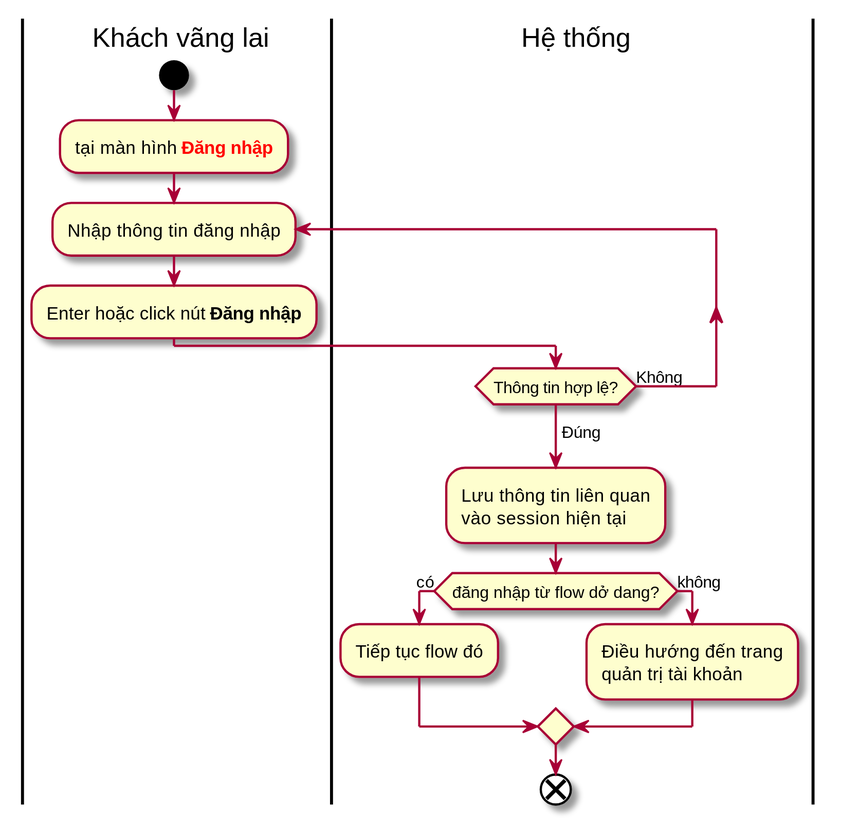
Before: Documents/working/Giap/usecases_and_flow_charts/log_in.svg, a diagram exported from PlantUML (tungdduy/funixCP).
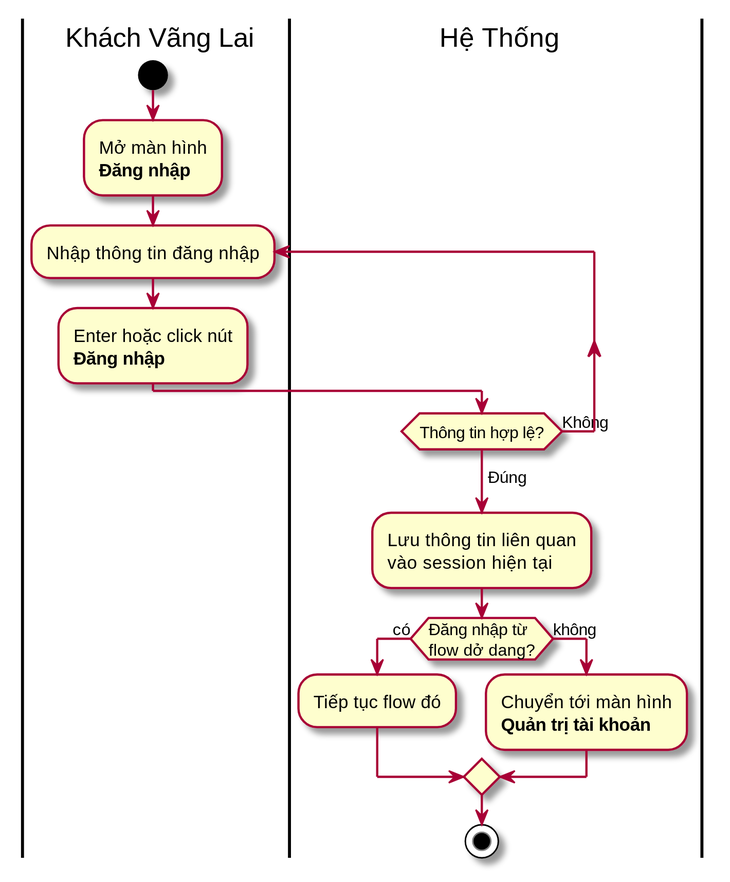
After the change.

What changed in the source:
```diff
@@ -1,21 +1,32 @@
 @startuml
 skinparam dpi 200
 
-|Guest| Khách vãng lai
-start
-:tại màn hình <b><color:red>Đăng nhập</color></b>;
-repeat :Nhập thông tin đăng nhập;
-	:Enter hoặc click nút <b>Đăng nhập</b>;
-|System| Hệ thống
-repeat while (Thông tin hợp lệ?) is (Không)
-->Đúng;
-:Lưu thông tin liên quan
-vào session hiện tại;
-if (đăng nhập từ flow dở dang?) then (có)
-	:Tiếp tục flow đó;
-else (không)
-	:Điều hướng đến trang
-	quản trị tài khoản;
-endif
-end
+|Guest| Khách Vãng Lai
+	start
+
+	:Mở màn hình
+	<b>Đăng nhập</b>;
+
+	repeat :Nhập thông tin đăng nhập;
+
+		:Enter hoặc click nút
+		<b>Đăng nhập</b>;
+
+|System| Hệ Thống
+		repeat while (Thông tin hợp lệ?) is (Không)
+	->Đúng;
+
+	:Lưu thông tin liên quan
+	vào session hiện tại;
+
+	if (Đăng nhập từ\nflow dở dang?) then (có)
+		:Tiếp tục flow đó;
+
+	else (không)
+		:Chuyển tới màn hình
+		<b>Quản trị tài khoản</b>;
+
+	endif
+
+	stop
 @enduml
```
